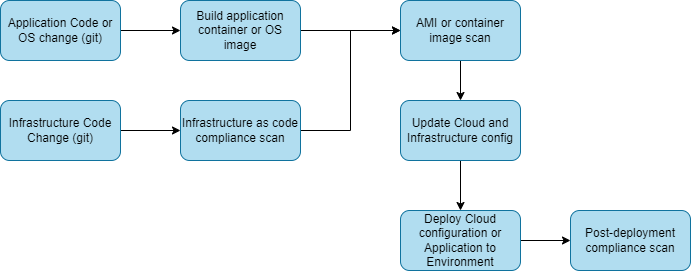
Before: Exercise 5/DevSecOpsPipeline.png, a diagram exported from draw.io (thangqn88/Udacity-CloudSA-project3-design4security). Source tidied: cells renumbered, new cells last; positions are measured from the earlier drawing's top-left corner, leaving out a move shared by most shapes. Its diagram source:
```xml
<mxGraphModel>
  <root>
    <mxCell id="0" />
    <mxCell id="1" parent="0" />
    <mxCell id="2" style="edgeStyle=orthogonalEdgeStyle;rounded=0;jettySize=auto;html=1;entryX=0;entryY=0.5;entryDx=0;entryDy=0;" parent="1" edge="1" source="3" target="7">
      <mxGeometry relative="1" as="geometry" />
    </mxCell>
    <mxCell id="3" value="Application Code or OS change (git)" style="rounded=1;whiteSpace=wrap;html=1;fillColor=#b1ddf0;strokeColor=#10739e;" parent="1" vertex="1">
      <mxGeometry width="120" height="60" as="geometry" />
    </mxCell>
    <mxCell id="4" style="edgeStyle=orthogonalEdgeStyle;rounded=0;jettySize=auto;html=1;entryX=0;entryY=0.5;entryDx=0;entryDy=0;" parent="1" edge="1" source="5" target="9">
      <mxGeometry relative="1" as="geometry" />
    </mxCell>
    <mxCell id="5" value="Infrastructure Code Change (git)" style="rounded=1;whiteSpace=wrap;html=1;fillColor=#b1ddf0;strokeColor=#10739e;" parent="1" vertex="1">
      <mxGeometry y="100" width="120" height="60" as="geometry" />
    </mxCell>
    <mxCell id="6" style="edgeStyle=orthogonalEdgeStyle;rounded=0;jettySize=auto;html=1;entryX=0;entryY=0.5;entryDx=0;entryDy=0;" parent="1" edge="1" source="7" target="11">
      <mxGeometry relative="1" as="geometry" />
    </mxCell>
    <mxCell id="7" value="Build application container or OS image" style="rounded=1;whiteSpace=wrap;html=1;fillColor=#b1ddf0;strokeColor=#10739e;" parent="1" vertex="1">
      <mxGeometry x="180" width="120" height="60" as="geometry" />
    </mxCell>
    <mxCell id="8" style="edgeStyle=orthogonalEdgeStyle;rounded=0;jettySize=auto;html=1;entryX=0;entryY=0.5;entryDx=0;entryDy=0;" parent="1" edge="1" source="9" target="11">
      <mxGeometry relative="1" as="geometry" />
    </mxCell>
    <mxCell id="9" value="Infrastructure as code compliance scan" style="rounded=1;whiteSpace=wrap;html=1;fillColor=#b1ddf0;strokeColor=#10739e;" parent="1" vertex="1">
      <mxGeometry x="180" y="100" width="120" height="60" as="geometry" />
    </mxCell>
    <mxCell id="10" style="edgeStyle=orthogonalEdgeStyle;rounded=0;jettySize=auto;html=1;entryX=0.5;entryY=0;entryDx=0;entryDy=0;" parent="1" edge="1" source="11" target="13">
      <mxGeometry relative="1" as="geometry" />
    </mxCell>
    <mxCell id="11" value="AMI or container image scan" style="rounded=1;whiteSpace=wrap;html=1;fillColor=#b1ddf0;strokeColor=#10739e;" parent="1" vertex="1">
      <mxGeometry x="400" width="120" height="60" as="geometry" />
    </mxCell>
    <mxCell id="12" style="edgeStyle=orthogonalEdgeStyle;rounded=0;jettySize=auto;html=1;entryX=0.5;entryY=0;entryDx=0;entryDy=0;" parent="1" edge="1" source="13" target="15">
      <mxGeometry relative="1" as="geometry" />
    </mxCell>
    <mxCell id="13" value="Update Cloud and Infrastructure config" style="rounded=1;whiteSpace=wrap;html=1;fillColor=#b1ddf0;strokeColor=#10739e;" parent="1" vertex="1">
      <mxGeometry x="400" y="100" width="120" height="60" as="geometry" />
    </mxCell>
    <mxCell id="14" style="edgeStyle=orthogonalEdgeStyle;rounded=0;jettySize=auto;html=1;entryX=0;entryY=0.5;entryDx=0;entryDy=0;" parent="1" edge="1" source="15" target="16">
      <mxGeometry relative="1" as="geometry" />
    </mxCell>
    <mxCell id="15" value="Deploy Cloud configuration or Application to Environment" style="rounded=1;whiteSpace=wrap;html=1;fillColor=#b1ddf0;strokeColor=#10739e;" parent="1" vertex="1">
      <mxGeometry x="400" y="210" width="120" height="60" as="geometry" />
    </mxCell>
    <mxCell id="16" value="Post-deployment compliance scan" style="rounded=1;whiteSpace=wrap;html=1;fillColor=#b1ddf0;strokeColor=#10739e;" parent="1" vertex="1">
      <mxGeometry x="570" y="210" width="120" height="60" as="geometry" />
    </mxCell>
  </root>
</mxGraphModel>
```
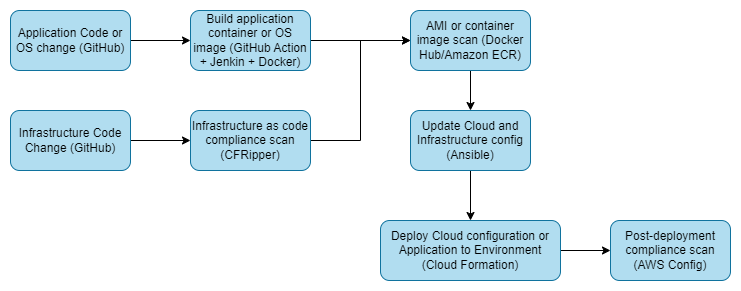
The same file after the commit.

The edit, as a diff of the source:
```diff
@@ -5,47 +5,47 @@
     <mxCell id="2" style="edgeStyle=orthogonalEdgeStyle;rounded=0;jettySize=auto;html=1;entryX=0;entryY=0.5;entryDx=0;entryDy=0;" parent="1" edge="1" source="3" target="7">
       <mxGeometry relative="1" as="geometry" />
     </mxCell>
-    <mxCell id="3" value="Application Code or OS change (git)" style="rounded=1;whiteSpace=wrap;html=1;fillColor=#b1ddf0;strokeColor=#10739e;" parent="1" vertex="1">
+    <mxCell id="3" value="Application Code or OS change (GitHub)" style="rounded=1;whiteSpace=wrap;html=1;fillColor=#b1ddf0;strokeColor=#10739e;" parent="1" vertex="1">
       <mxGeometry width="120" height="60" as="geometry" />
     </mxCell>
     <mxCell id="4" style="edgeStyle=orthogonalEdgeStyle;rounded=0;jettySize=auto;html=1;entryX=0;entryY=0.5;entryDx=0;entryDy=0;" parent="1" edge="1" source="5" target="9">
       <mxGeometry relative="1" as="geometry" />
     </mxCell>
-    <mxCell id="5" value="Infrastructure Code Change (git)" style="rounded=1;whiteSpace=wrap;html=1;fillColor=#b1ddf0;strokeColor=#10739e;" parent="1" vertex="1">
+    <mxCell id="5" value="Infrastructure Code Change (GitHub)" style="rounded=1;whiteSpace=wrap;html=1;fillColor=#b1ddf0;strokeColor=#10739e;" parent="1" vertex="1">
       <mxGeometry y="100" width="120" height="60" as="geometry" />
     </mxCell>
     <mxCell id="6" style="edgeStyle=orthogonalEdgeStyle;rounded=0;jettySize=auto;html=1;entryX=0;entryY=0.5;entryDx=0;entryDy=0;" parent="1" edge="1" source="7" target="11">
       <mxGeometry relative="1" as="geometry" />
     </mxCell>
-    <mxCell id="7" value="Build application container or OS image" style="rounded=1;whiteSpace=wrap;html=1;fillColor=#b1ddf0;strokeColor=#10739e;" parent="1" vertex="1">
+    <mxCell id="7" value="Build application container or OS image (GitHub Action + Jenkin + Docker)" style="rounded=1;whiteSpace=wrap;html=1;fillColor=#b1ddf0;strokeColor=#10739e;" parent="1" vertex="1">
       <mxGeometry x="180" width="120" height="60" as="geometry" />
     </mxCell>
     <mxCell id="8" style="edgeStyle=orthogonalEdgeStyle;rounded=0;jettySize=auto;html=1;entryX=0;entryY=0.5;entryDx=0;entryDy=0;" parent="1" edge="1" source="9" target="11">
       <mxGeometry relative="1" as="geometry" />
     </mxCell>
-    <mxCell id="9" value="Infrastructure as code compliance scan" style="rounded=1;whiteSpace=wrap;html=1;fillColor=#b1ddf0;strokeColor=#10739e;" parent="1" vertex="1">
+    <mxCell id="9" value="Infrastructure as code compliance scan (CFRipper)" style="rounded=1;whiteSpace=wrap;html=1;fillColor=#b1ddf0;strokeColor=#10739e;" parent="1" vertex="1">
       <mxGeometry x="180" y="100" width="120" height="60" as="geometry" />
     </mxCell>
     <mxCell id="10" style="edgeStyle=orthogonalEdgeStyle;rounded=0;jettySize=auto;html=1;entryX=0.5;entryY=0;entryDx=0;entryDy=0;" parent="1" edge="1" source="11" target="13">
       <mxGeometry relative="1" as="geometry" />
     </mxCell>
-    <mxCell id="11" value="AMI or container image scan" style="rounded=1;whiteSpace=wrap;html=1;fillColor=#b1ddf0;strokeColor=#10739e;" parent="1" vertex="1">
+    <mxCell id="11" value="AMI or container image scan (Docker Hub/Amazon ECR)" style="rounded=1;whiteSpace=wrap;html=1;fillColor=#b1ddf0;strokeColor=#10739e;" parent="1" vertex="1">
       <mxGeometry x="400" width="120" height="60" as="geometry" />
     </mxCell>
     <mxCell id="12" style="edgeStyle=orthogonalEdgeStyle;rounded=0;jettySize=auto;html=1;entryX=0.5;entryY=0;entryDx=0;entryDy=0;" parent="1" edge="1" source="13" target="15">
       <mxGeometry relative="1" as="geometry" />
     </mxCell>
-    <mxCell id="13" value="Update Cloud and Infrastructure config" style="rounded=1;whiteSpace=wrap;html=1;fillColor=#b1ddf0;strokeColor=#10739e;" parent="1" vertex="1">
+    <mxCell id="13" value="Update Cloud and Infrastructure config (Ansible)" style="rounded=1;whiteSpace=wrap;html=1;fillColor=#b1ddf0;strokeColor=#10739e;" parent="1" vertex="1">
       <mxGeometry x="400" y="100" width="120" height="60" as="geometry" />
     </mxCell>
     <mxCell id="14" style="edgeStyle=orthogonalEdgeStyle;rounded=0;jettySize=auto;html=1;entryX=0;entryY=0.5;entryDx=0;entryDy=0;" parent="1" edge="1" source="15" target="16">
       <mxGeometry relative="1" as="geometry" />
     </mxCell>
-    <mxCell id="15" value="Deploy Cloud configuration or Application to Environment" style="rounded=1;whiteSpace=wrap;html=1;fillColor=#b1ddf0;strokeColor=#10739e;" parent="1" vertex="1">
-      <mxGeometry x="400" y="210" width="120" height="60" as="geometry" />
+    <mxCell id="15" value="Deploy Cloud configuration or Application to Environment (Cloud Formation)" style="rounded=1;whiteSpace=wrap;html=1;fillColor=#b1ddf0;strokeColor=#10739e;" parent="1" vertex="1">
+      <mxGeometry x="370" y="210" width="180" height="60" as="geometry" />
     </mxCell>
-    <mxCell id="16" value="Post-deployment compliance scan" style="rounded=1;whiteSpace=wrap;html=1;fillColor=#b1ddf0;strokeColor=#10739e;" parent="1" vertex="1">
-      <mxGeometry x="570" y="210" width="120" height="60" as="geometry" />
+    <mxCell id="16" value="Post-deployment compliance scan (AWS Config)" style="rounded=1;whiteSpace=wrap;html=1;fillColor=#b1ddf0;strokeColor=#10739e;" parent="1" vertex="1">
+      <mxGeometry x="600" y="210" width="120" height="60" as="geometry" />
     </mxCell>
   </root>
 </mxGraphModel>
```
